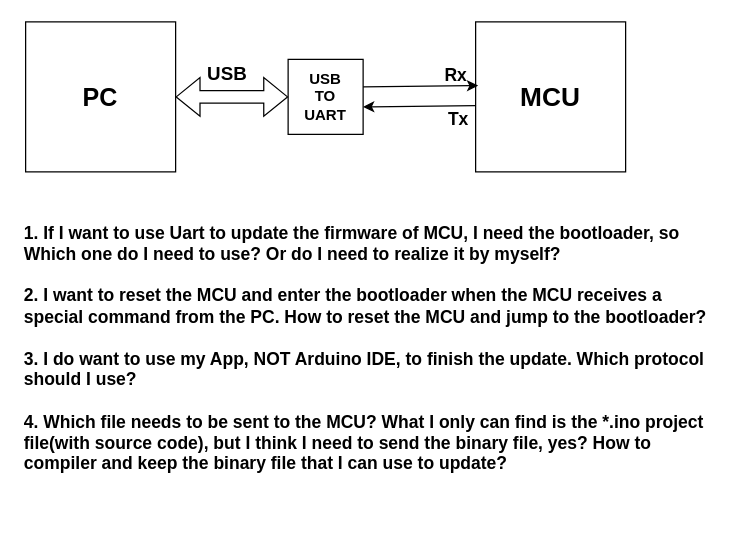
Above: Arduino_update_scheme.drawio in ShadowThree/drawing_draw_io (draw.io), before the change. Source tidied: cells renumbered, new cells numbered last; positions are measured from the earlier drawing's top-left corner, leaving out a move shared by most shapes. Both pictures are drawn from the tidied source at 125%, with x=0, y=0 at pixel (21, 21).
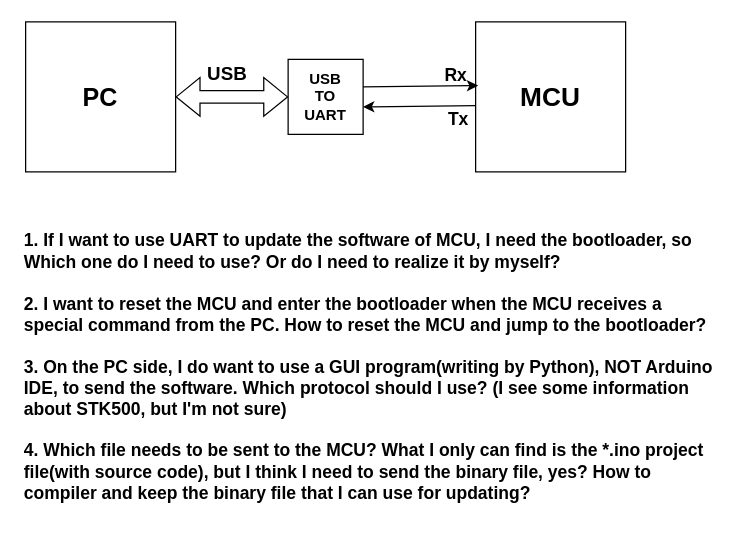
The same diagram, later.

Change to the diagram source:
```diff
@@
 <mxGraphModel>
   <root>
     <mxCell id="0" />
     <mxCell id="1" parent="0" />
     <mxCell id="2" value="&lt;b&gt;&lt;font style=&quot;font-size: 20px;&quot;&gt;PC&lt;/font&gt;&lt;/b&gt;" style="whiteSpace=wrap;html=1;" parent="1" vertex="1">
       <mxGeometry x="3" width="120" height="120" as="geometry" />
     </mxCell>
     <mxCell id="3" value="&lt;b&gt;USB &lt;br&gt;TO&lt;br&gt;UART&lt;/b&gt;" style="rounded=0;whiteSpace=wrap;html=1;" parent="1" vertex="1">
       <mxGeometry x="213" y="30" width="60" height="60" as="geometry" />
     </mxCell>
     <mxCell id="4" value="&lt;b&gt;&lt;font style=&quot;font-size: 21px;&quot;&gt;MCU&lt;/font&gt;&lt;/b&gt;" style="rounded=0;whiteSpace=wrap;html=1;" parent="1" vertex="1">
       <mxGeometry x="363" width="120" height="120" as="geometry" />
     </mxCell>
     <mxCell id="5" style="shape=flexArrow;endArrow=classic;startArrow=classic;html=1;rounded=0;entryX=0;entryY=0.5;entryDx=0;entryDy=0;" parent="1" edge="1" source="2" target="3">
       <mxGeometry relative="1" as="geometry" />
     </mxCell>
     <mxCell id="6" value="&lt;b&gt;&lt;font style=&quot;font-size: 15px;&quot;&gt;USB&lt;/font&gt;&lt;/b&gt;" style="edgeLabel;html=1;align=center;verticalAlign=middle;" parent="5" vertex="1">
       <mxGeometry x="-0.43" y="3" relative="1" as="geometry">
         <mxPoint x="14" y="-17" as="offset" />
       </mxGeometry>
     </mxCell>
     <mxCell id="7" style="endArrow=classic;html=1;rounded=0;exitX=1;exitY=0.25;exitDx=0;exitDy=0;entryX=0.017;entryY=0.367;entryDx=0;entryDy=0;entryPerimeter=0;" parent="1" edge="1">
       <mxGeometry relative="1" as="geometry">
         <mxPoint x="273" y="52" as="sourcePoint" />
         <mxPoint x="365" y="51" as="targetPoint" />
       </mxGeometry>
     </mxCell>
     <mxCell id="8" style="endArrow=classic;html=1;rounded=0;entryX=1;entryY=0.75;entryDx=0;entryDy=0;exitX=0;exitY=0.617;exitDx=0;exitDy=0;exitPerimeter=0;" parent="1" edge="1">
       <mxGeometry relative="1" as="geometry">
         <mxPoint x="363" y="67" as="sourcePoint" />
         <mxPoint x="273" y="68" as="targetPoint" />
       </mxGeometry>
     </mxCell>
     <mxCell id="9" value="&lt;b&gt;&lt;font style=&quot;font-size: 14px;&quot;&gt;Rx&lt;/font&gt;&lt;/b&gt;" style="text;html=1;align=center;verticalAlign=middle;strokeColor=none;fillColor=none;" parent="1" vertex="1">
       <mxGeometry x="327" y="28" width="40" height="30" as="geometry" />
     </mxCell>
     <mxCell id="10" value="&lt;b&gt;&lt;font style=&quot;font-size: 14px;&quot;&gt;Tx&lt;/font&gt;&lt;/b&gt;" style="text;html=1;align=center;verticalAlign=middle;strokeColor=none;fillColor=none;" parent="1" vertex="1">
       <mxGeometry x="329" y="63" width="40" height="30" as="geometry" />
     </mxCell>
-    <mxCell id="11" value="&lt;b style=&quot;font-size: 14px;&quot;&gt;1. If I want to use Uart to update the firmware of MCU, I need the bootloader, so Which one do I need to use? Or do I need to realize it by myself?&lt;br&gt;&lt;br&gt;2. I want to reset the MCU and enter the bootloader when the MCU receives a special command from the PC. How to reset the MCU and jump to the bootloader?&lt;br&gt;&lt;br&gt;3. I do want to use my App, NOT Arduino IDE, to finish the update. Which protocol should I use?&lt;br&gt;&lt;br&gt;4. Which file needs to be sent to the MCU? What I only can find is the *.ino project file(with source code), but I think I need to send the binary file, yes? How to compiler and keep the binary file that I can use to update?&lt;br&gt;&lt;/b&gt;" style="rounded=0;whiteSpace=wrap;html=1;align=left;strokeColor=none;" parent="1" vertex="1">
-      <mxGeometry y="143" width="561" height="236" as="geometry" />
+    <mxCell id="11" value="&lt;b style=&quot;font-size: 14px;&quot;&gt;1. If I want to use UART to update the software of MCU, I need the bootloader, so Which one do I need to use? Or do I need to realize it by myself?&lt;br&gt;&lt;br&gt;2. I want to reset the MCU and enter the bootloader when the MCU receives a special command from the PC. How to reset the MCU and jump to the bootloader?&lt;br&gt;&lt;br&gt;3. On the PC side, I do want to use a GUI program(writing by Python), NOT Arduino IDE, to send the software. Which protocol should I use? (I see some information about STK500, but I'm not sure&lt;/b&gt;&lt;b style=&quot;font-size: 14px;&quot;&gt;)&lt;br&gt;&lt;br&gt;4. Which file needs to be sent to the MCU? What I only can find is the *.ino project file(with source code), but I think I need to send the binary file, yes? How to compiler and keep the binary file that I can use for updating?&lt;br&gt;&lt;/b&gt;" style="rounded=0;whiteSpace=wrap;html=1;align=left;strokeColor=none;" parent="1" vertex="1">
+      <mxGeometry y="143" width="561" height="265" as="geometry" />
     </mxCell>
   </root>
 </mxGraphModel>
```
